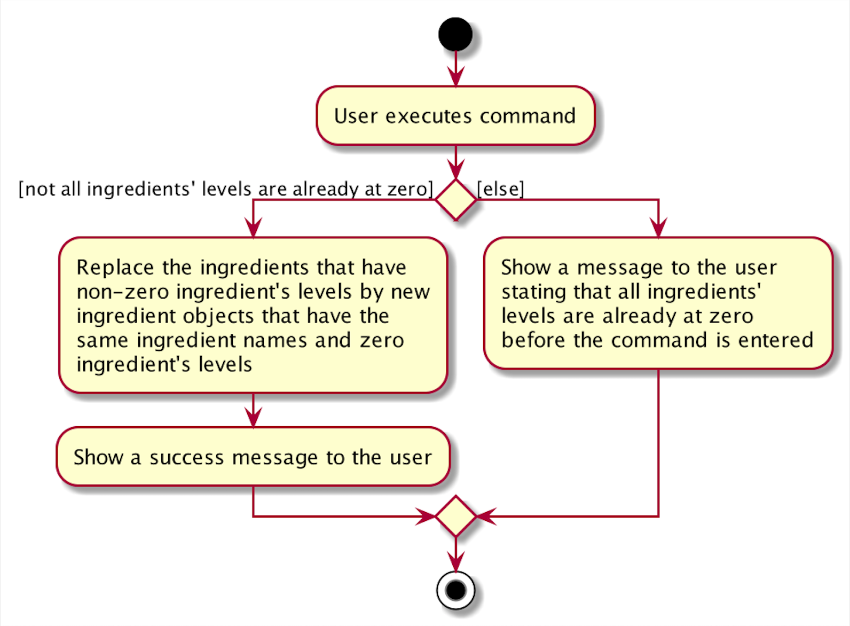
The PlantUML diagram docs/images/IngredientResetAllActivityDiagram.png in nus-cs2103-AY2021S1/tp, before a commit. Its source is kept beside it as docs/diagrams/IngredientResetAllActivityDiagram.puml.
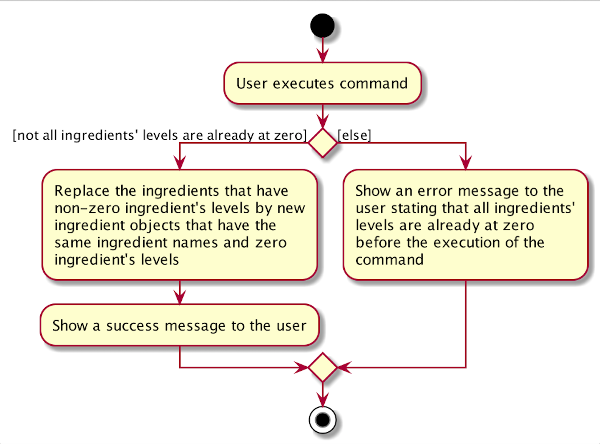
Above is the later version.

The edit, as a diff of the source:
```diff
@@ -11,10 +11,11 @@
     ingredient's levels;
     :Show a success message to the user;
 else ([else])
-    :Show a message to the user
-    stating that all ingredients'
+    :Show an error message to the
+    user stating that all ingredients'
     levels are already at zero
-    before the command is entered;
+    before the execution of the
+    command;
 endif
 stop
 @enduml
```
